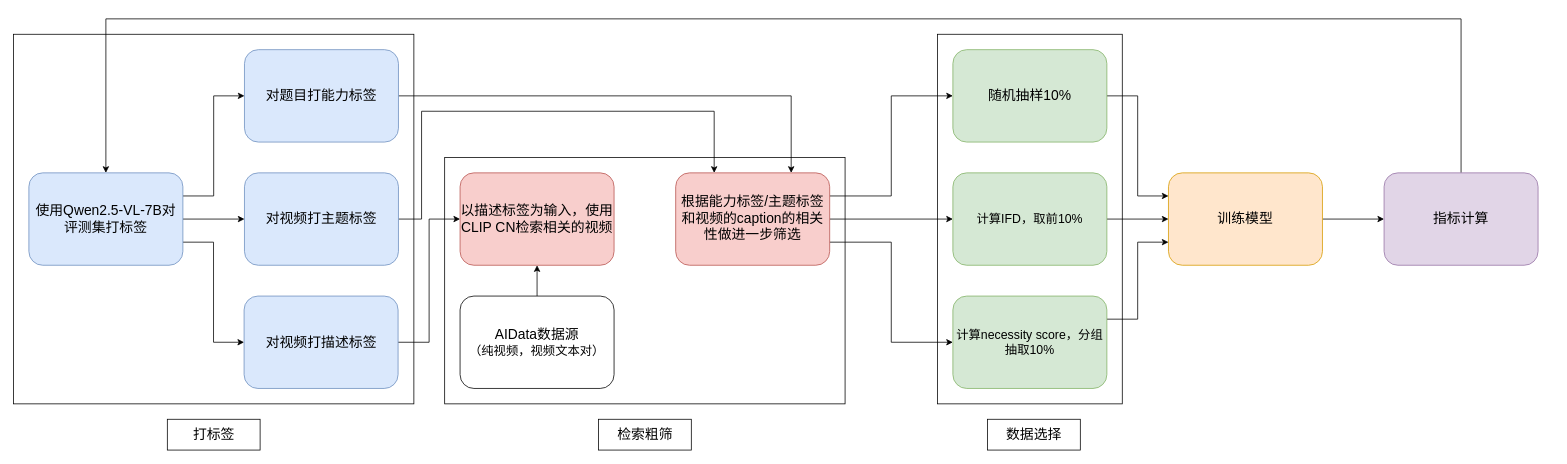
Above: 大模型数据选择与训练评测流程.drawio in jiashenggu/ai_in_bio (draw.io), before the change. Source tidied: cells renumbered, new cells numbered last; positions are measured from the earlier drawing's top-left corner, leaving out a move shared by most shapes. Both pictures are drawn from the tidied source at 77%, with x=0, y=0 at pixel (13, 18).
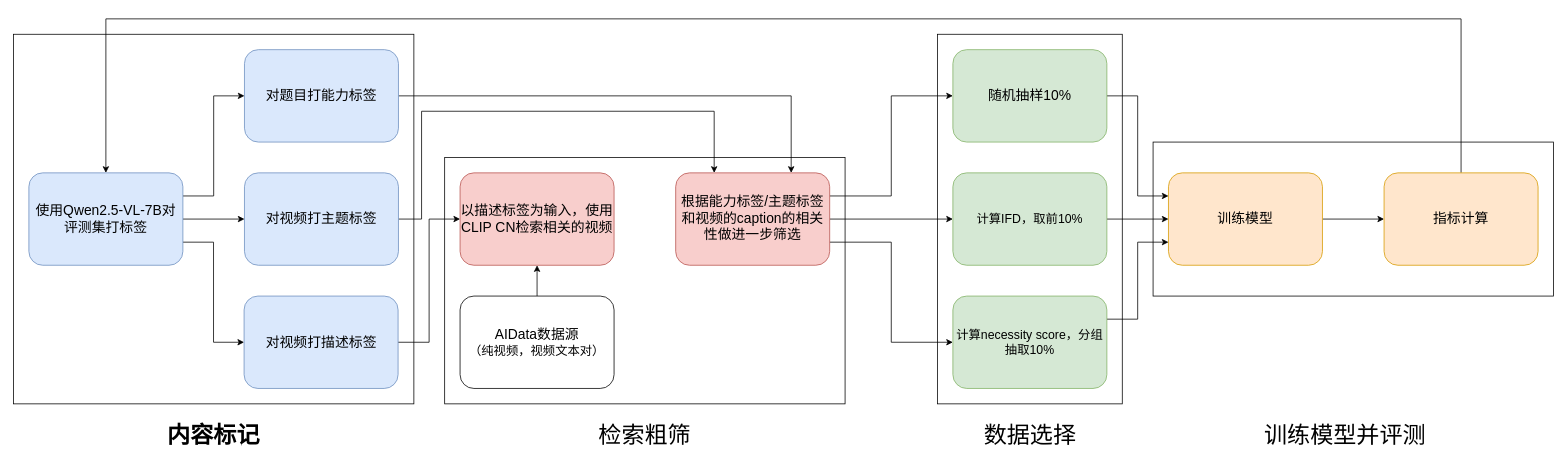
The same page after the edit.

Commit message:
更新大模型数据选择与训练评测流程.drawio

Diff of the diagram source:
```diff
@@
+    <mxCell id="35" style="rounded=0;whiteSpace=wrap;html=1;" parent="1" vertex="1">
+      <mxGeometry x="1480" y="160" width="520" height="200" as="geometry" />
+    </mxCell>
@@
-    <mxCell id="12" value="&lt;font style=&quot;font-size: 18px;&quot;&gt;指标计算&lt;/font&gt;" style="rounded=1;whiteSpace=wrap;html=1;fillColor=#e1d5e7;strokeColor=#9673a6;" parent="1" vertex="1">
+    <mxCell id="12" value="&lt;font style=&quot;font-size: 18px;&quot;&gt;指标计算&lt;/font&gt;" style="rounded=1;whiteSpace=wrap;html=1;fillColor=#ffe6cc;strokeColor=#d79b00;" parent="1" vertex="1">
       <mxGeometry x="1780" y="200" width="200" height="120" as="geometry" />
     </mxCell>
@@
-    <mxCell id="32" value="&lt;font style=&quot;font-size: 18px;&quot;&gt;打标签&lt;/font&gt;" style="rounded=0;whiteSpace=wrap;html=1;" parent="1" vertex="1">
-      <mxGeometry x="199.8" y="520" width="120.5" height="40" as="geometry" />
+    <mxCell id="32" value="&lt;span style=&quot;-webkit-font-smoothing: antialiased; box-sizing: border-box; -webkit-tap-highlight-color: rgba(0, 0, 0, 0); font-weight: 600; line-height: 28px; overflow-anchor: auto; font-family: Inter, -apple-system, &amp;quot;system-ui&amp;quot;, &amp;quot;Segoe UI&amp;quot;, &amp;quot;SF Pro SC&amp;quot;, &amp;quot;SF Pro Display&amp;quot;, &amp;quot;SF Pro Icons&amp;quot;, &amp;quot;PingFang SC&amp;quot;, &amp;quot;Hiragino Sans GB&amp;quot;, &amp;quot;Microsoft YaHei&amp;quot;, &amp;quot;Helvetica Neue&amp;quot;, Helvetica, Arial, sans-serif; text-align: left; background-color: rgb(255, 255, 255);&quot;&gt;内容标记&lt;/span&gt;" style="rounded=0;whiteSpace=wrap;html=1;opacity=0;fontSize=30;" parent="1" vertex="1">
+      <mxGeometry x="189.9" y="520" width="140.2" height="40" as="geometry" />
     </mxCell>
-    <mxCell id="33" value="&lt;font style=&quot;font-size: 18px;&quot;&gt;检索粗筛&lt;/font&gt;" style="rounded=0;whiteSpace=wrap;html=1;" parent="1" vertex="1">
-      <mxGeometry x="759.8" y="520" width="120.5" height="40" as="geometry" />
+    <mxCell id="33" value="&lt;font style=&quot;font-size: 30px;&quot;&gt;检索粗筛&lt;/font&gt;" style="rounded=0;whiteSpace=wrap;html=1;opacity=0;" parent="1" vertex="1">
+      <mxGeometry x="714.9" y="520" width="210.2" height="40" as="geometry" />
     </mxCell>
-    <mxCell id="34" value="&lt;font style=&quot;font-size: 18px;&quot;&gt;数据选择&lt;/font&gt;" style="rounded=0;whiteSpace=wrap;html=1;" parent="1" vertex="1">
-      <mxGeometry x="1265" y="520" width="120.5" height="40" as="geometry" />
+    <mxCell id="34" value="&lt;font&gt;数据选择&lt;/font&gt;" style="rounded=0;whiteSpace=wrap;html=1;opacity=0;fontSize=30;" parent="1" vertex="1">
+      <mxGeometry x="1247.5" y="520" width="145" height="40" as="geometry" />
     </mxCell>
+    <mxCell id="36" value="训练模型并评测" style="rounded=0;whiteSpace=wrap;html=1;opacity=0;fontSize=30;" parent="1" vertex="1">
+      <mxGeometry x="1527.5" y="520" width="402.5" height="40" as="geometry" />
+    </mxCell>
```
